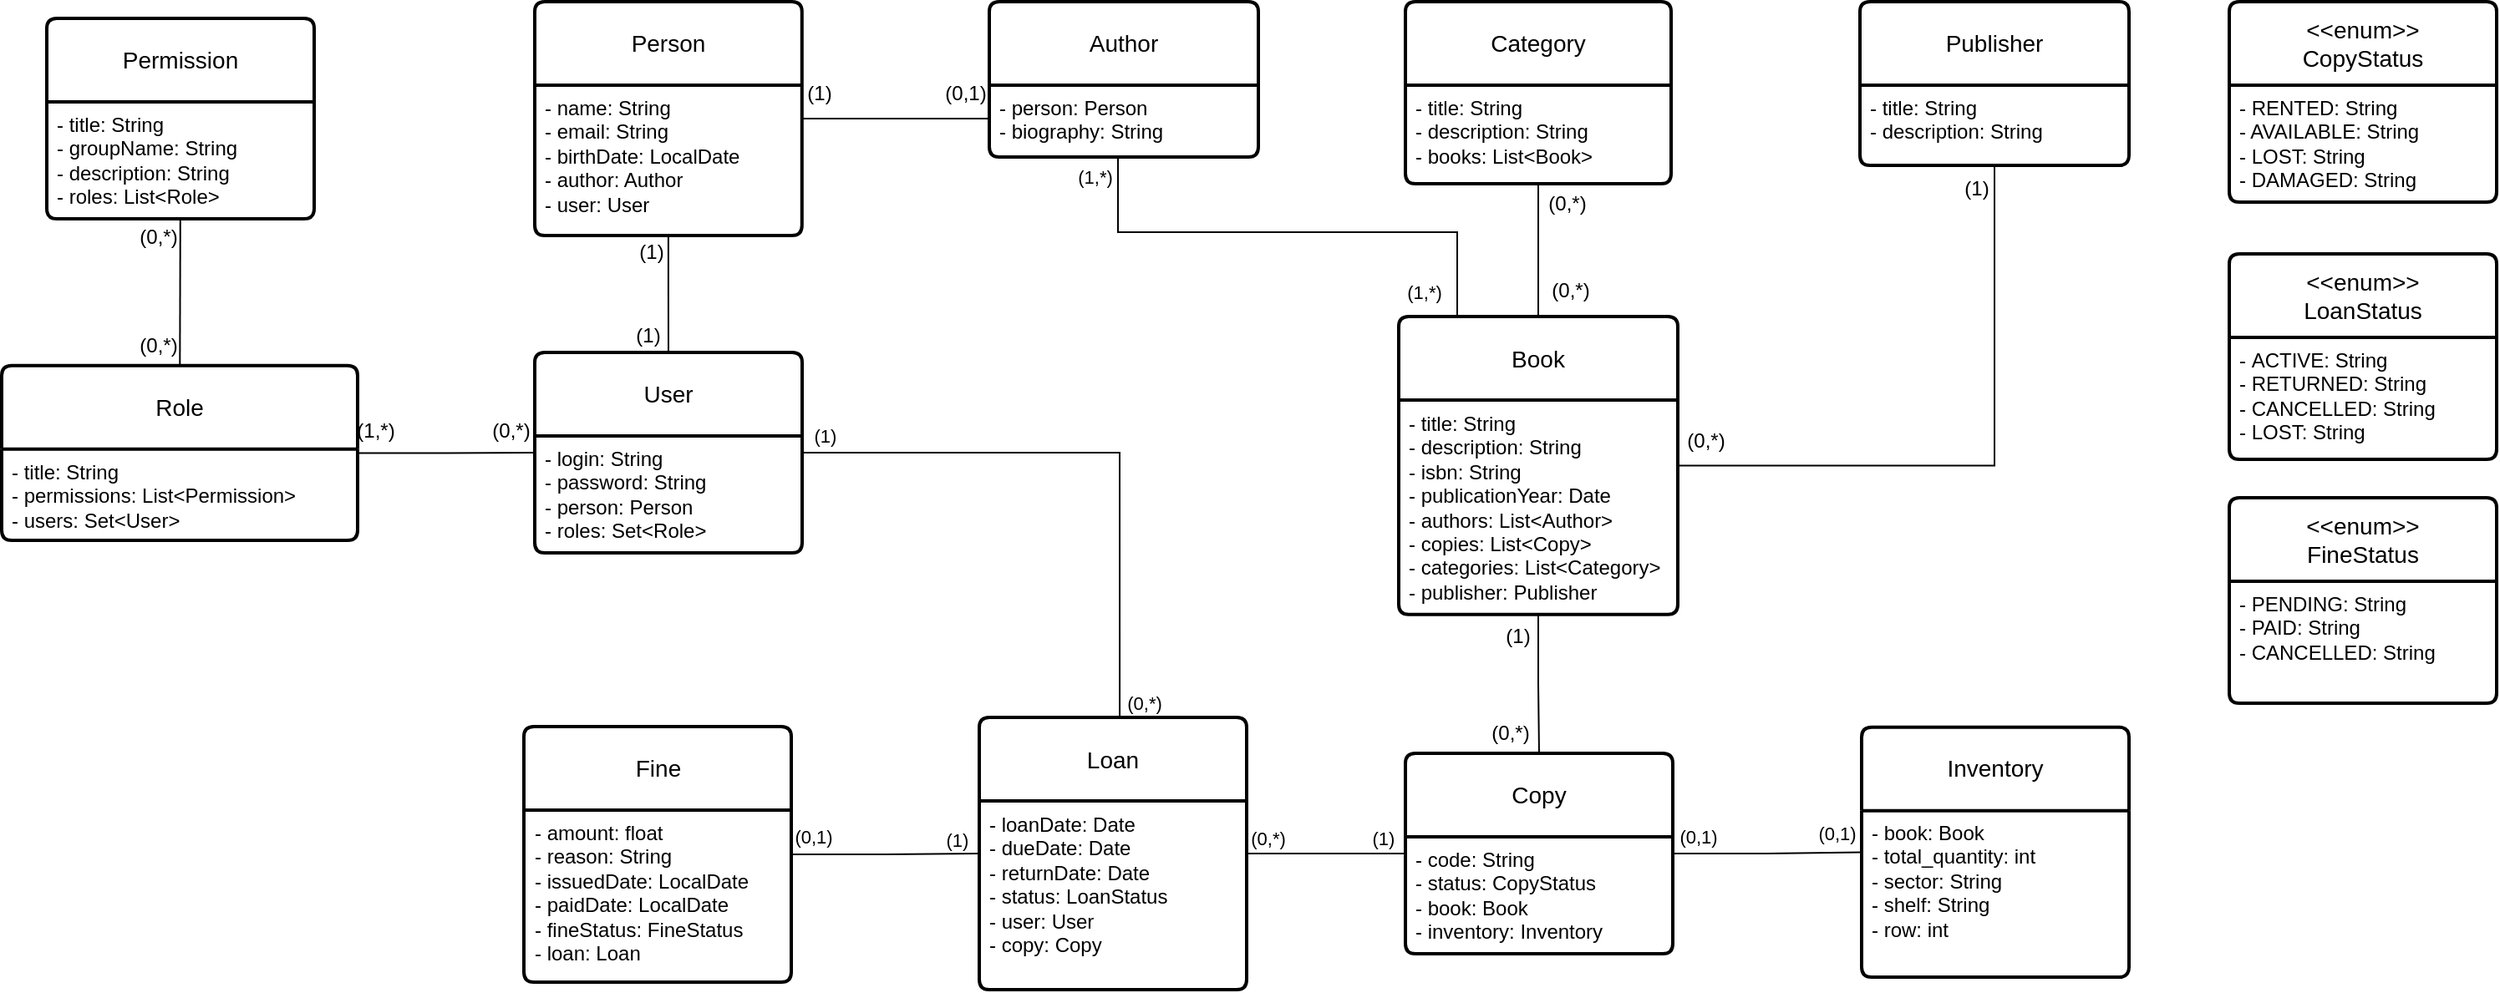
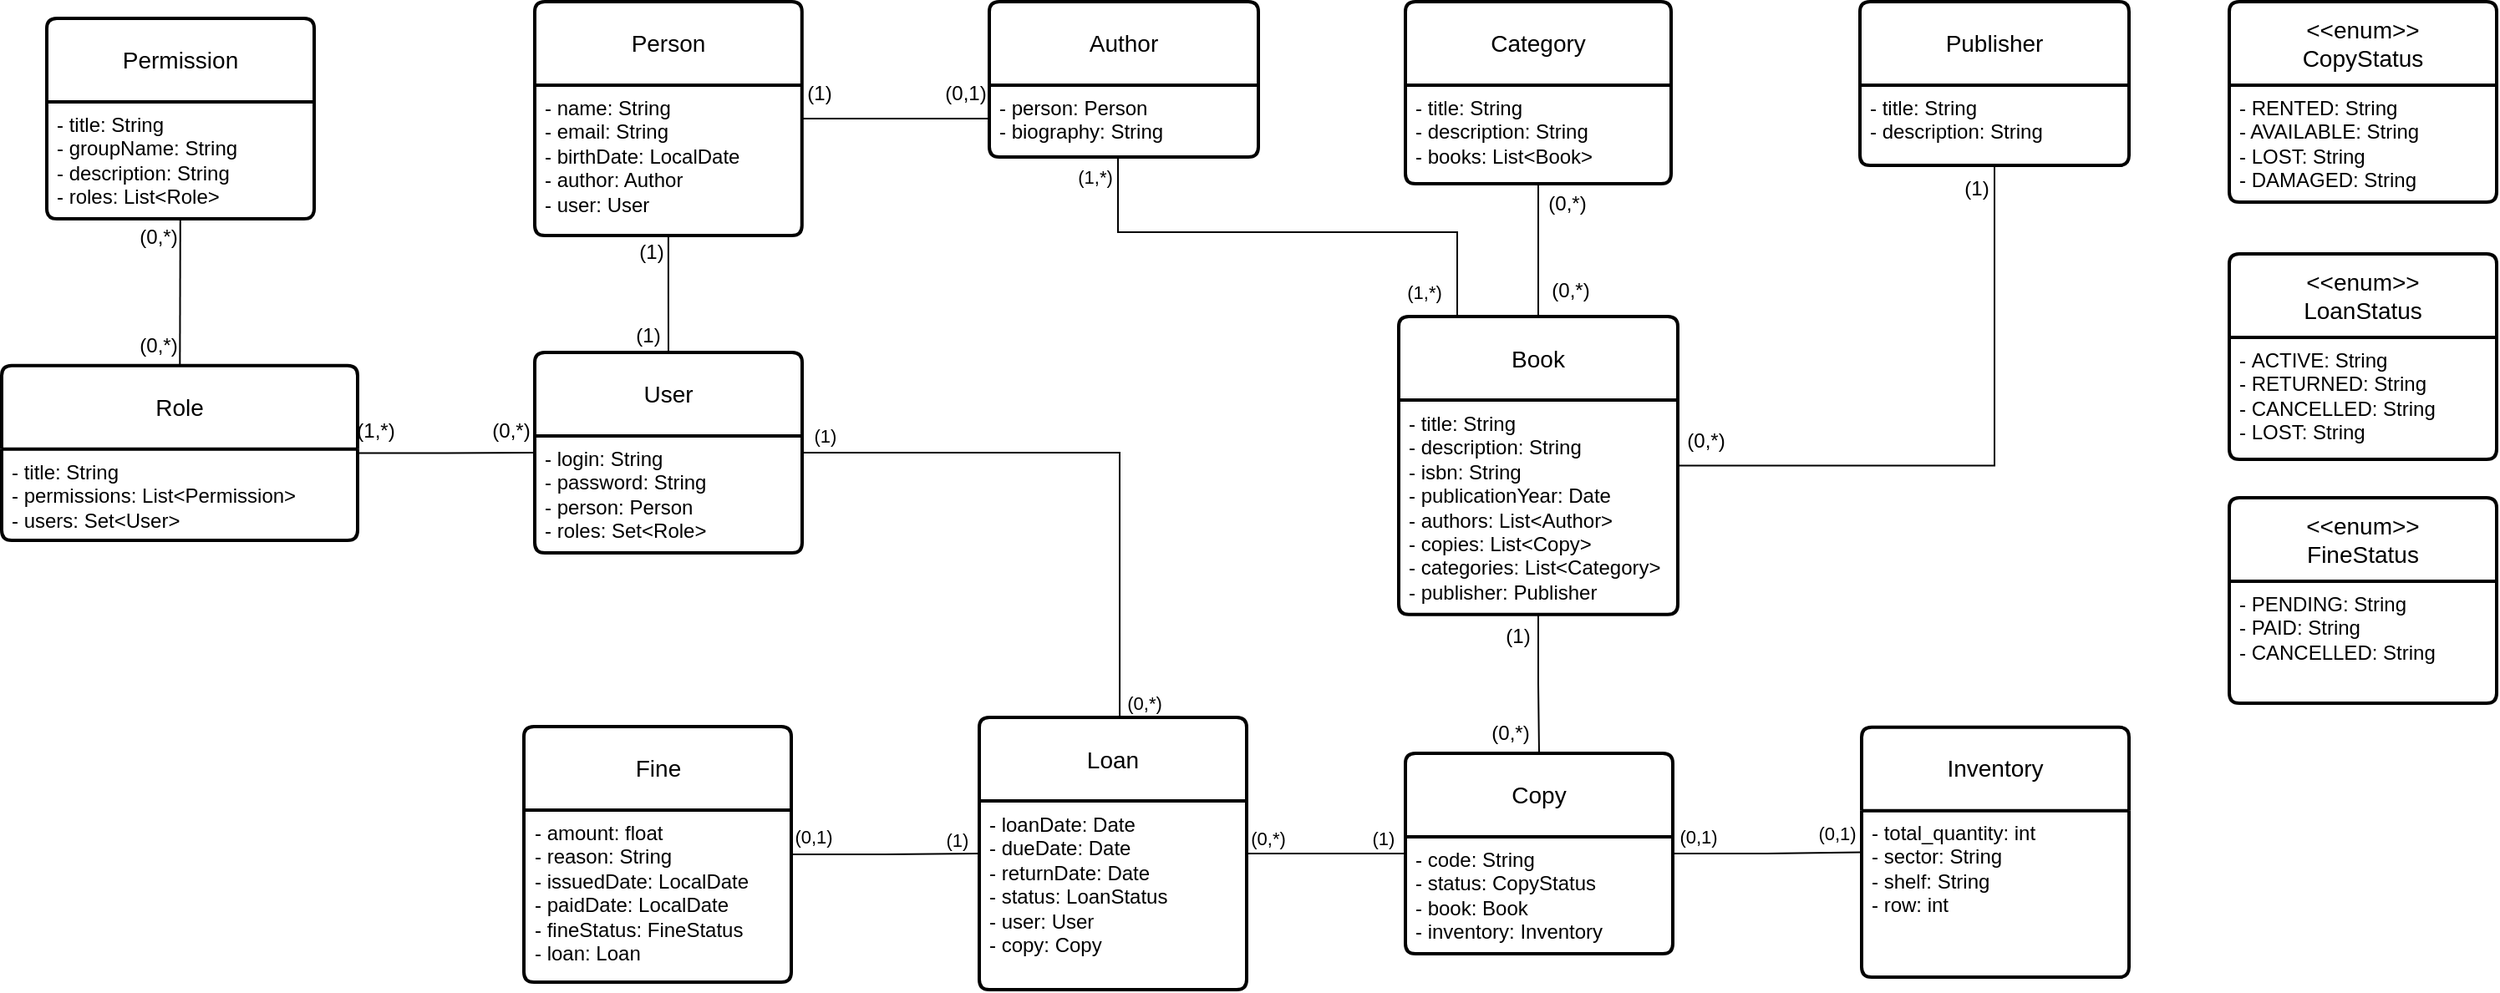
<mxfile host="Electron" agent="Mozilla/5.0 (X11; Linux x86_64) AppleWebKit/537.36 (KHTML, like Gecko) draw.io/28.2.5 Chrome/138.0.7204.251 Electron/37.6.1 Safari/537.36" version="28.2.5">
  <diagram name="Página-1" id="NeztETP3vbkpMINfoN8F">
-     <mxGraphModel dx="1678" dy="2161" grid="0" gridSize="10" guides="1" tooltips="1" connect="1" arrows="1" fold="1" page="1" pageScale="1" pageWidth="827" pageHeight="1169" math="0" shadow="0">
+     <mxGraphModel dx="815" dy="1635" grid="0" gridSize="10" guides="1" tooltips="1" connect="1" arrows="1" fold="1" page="1" pageScale="1" pageWidth="827" pageHeight="1169" math="0" shadow="0">
      <root>
        <mxCell id="0" />
        <mxCell id="1" parent="0" />
        <mxCell id="ihofgC1JYxLhZAGk6ZU8-6" style="edgeStyle=orthogonalEdgeStyle;rounded=0;orthogonalLoop=1;jettySize=auto;html=1;endArrow=none;endFill=0;strokeColor=default;startArrow=none;startFill=0;" parent="1" source="ihofgC1JYxLhZAGk6ZU8-1" target="ihofgC1JYxLhZAGk6ZU8-3" edge="1">
          <mxGeometry relative="1" as="geometry">
            <Array as="points">
              <mxPoint x="740" y="50" />
              <mxPoint x="740" y="50" />
            </Array>
            <mxPoint x="799.0000000000002" y="50.00000000000023" as="sourcePoint" />
          </mxGeometry>
        </mxCell>
        <mxCell id="ihofgC1JYxLhZAGk6ZU8-56" style="edgeStyle=orthogonalEdgeStyle;rounded=0;orthogonalLoop=1;jettySize=auto;html=1;endArrow=none;endFill=0;" parent="1" source="ihofgC1JYxLhZAGk6ZU8-2" target="ihofgC1JYxLhZAGk6ZU8-11" edge="1">
          <mxGeometry relative="1" as="geometry" />
        </mxCell>
        <mxCell id="ihofgC1JYxLhZAGk6ZU8-60" style="edgeStyle=orthogonalEdgeStyle;rounded=0;orthogonalLoop=1;jettySize=auto;html=1;endArrow=none;endFill=0;" parent="1" source="ihofgC1JYxLhZAGk6ZU8-4" target="ihofgC1JYxLhZAGk6ZU8-35" edge="1">
          <mxGeometry relative="1" as="geometry">
            <Array as="points">
              <mxPoint x="989" y="128" />
              <mxPoint x="1192" y="128" />
            </Array>
          </mxGeometry>
        </mxCell>
        <mxCell id="ihofgC1JYxLhZAGk6ZU8-68" style="edgeStyle=orthogonalEdgeStyle;shape=connector;rounded=0;orthogonalLoop=1;jettySize=auto;html=1;strokeColor=default;align=center;verticalAlign=middle;fontFamily=Helvetica;fontSize=11;fontColor=default;labelBackgroundColor=default;endArrow=none;endFill=0;" parent="1" source="ihofgC1JYxLhZAGk6ZU8-35" target="ihofgC1JYxLhZAGk6ZU8-39" edge="1">
          <mxGeometry relative="1" as="geometry" />
        </mxCell>
        <mxCell id="ihofgC1JYxLhZAGk6ZU8-70" value="" style="group" parent="1" connectable="0" vertex="1">
          <mxGeometry x="1126" y="-10" width="194" height="144" as="geometry" />
        </mxCell>
        <mxCell id="ihofgC1JYxLhZAGk6ZU8-50" value="" style="group" parent="ihofgC1JYxLhZAGk6ZU8-70" connectable="0" vertex="1">
          <mxGeometry width="194" height="120" as="geometry" />
        </mxCell>
        <mxCell id="ihofgC1JYxLhZAGk6ZU8-38" value="Category" style="swimlane;childLayout=stackLayout;horizontal=1;startSize=50;horizontalStack=0;rounded=1;fontSize=14;fontStyle=0;strokeWidth=2;resizeParent=0;resizeLast=1;shadow=0;dashed=0;align=center;arcSize=4;whiteSpace=wrap;html=1;" parent="ihofgC1JYxLhZAGk6ZU8-50" vertex="1">
          <mxGeometry x="35" width="159" height="109" as="geometry" />
        </mxCell>
        <mxCell id="ihofgC1JYxLhZAGk6ZU8-39" value="- title: String&lt;div&gt;- description: String&lt;br&gt;- books: List&amp;lt;Book&amp;gt;&lt;/div&gt;" style="align=left;strokeColor=none;fillColor=none;spacingLeft=4;spacingRight=4;fontSize=12;verticalAlign=top;resizable=0;rotatable=0;part=1;html=1;whiteSpace=wrap;" parent="ihofgC1JYxLhZAGk6ZU8-38" vertex="1">
          <mxGeometry y="50" width="159" height="59" as="geometry" />
        </mxCell>
        <mxCell id="ihofgC1JYxLhZAGk6ZU8-69" value="(0,*)" style="text;html=1;whiteSpace=wrap;strokeColor=none;fillColor=none;align=center;verticalAlign=middle;rounded=0;" parent="ihofgC1JYxLhZAGk6ZU8-50" vertex="1">
          <mxGeometry x="115" y="109" width="34" height="24" as="geometry" />
        </mxCell>
        <mxCell id="ihofgC1JYxLhZAGk6ZU8-71" value="" style="group" parent="1" connectable="0" vertex="1">
          <mxGeometry x="883" y="-10" width="190" height="143" as="geometry" />
        </mxCell>
        <mxCell id="ihofgC1JYxLhZAGk6ZU8-55" value="" style="group" parent="ihofgC1JYxLhZAGk6ZU8-71" connectable="0" vertex="1">
          <mxGeometry width="190" height="120" as="geometry" />
        </mxCell>
        <mxCell id="ihofgC1JYxLhZAGk6ZU8-3" value="Author" style="swimlane;childLayout=stackLayout;horizontal=1;startSize=50;horizontalStack=0;rounded=1;fontSize=14;fontStyle=0;strokeWidth=2;resizeParent=0;resizeLast=1;shadow=0;dashed=0;align=center;arcSize=4;whiteSpace=wrap;html=1;" parent="ihofgC1JYxLhZAGk6ZU8-55" vertex="1">
          <mxGeometry x="29" width="161" height="93" as="geometry" />
        </mxCell>
        <mxCell id="ihofgC1JYxLhZAGk6ZU8-4" value="- person: Person&lt;div&gt;- biography: String&lt;/div&gt;" style="align=left;strokeColor=none;fillColor=none;spacingLeft=4;spacingRight=4;fontSize=12;verticalAlign=top;resizable=0;rotatable=0;part=1;html=1;whiteSpace=wrap;" parent="ihofgC1JYxLhZAGk6ZU8-3" vertex="1">
          <mxGeometry y="50" width="161" height="43" as="geometry" />
        </mxCell>
        <mxCell id="ihofgC1JYxLhZAGk6ZU8-23" value="(0,1)" style="text;html=1;whiteSpace=wrap;strokeColor=none;fillColor=none;align=center;verticalAlign=middle;rounded=0;" parent="ihofgC1JYxLhZAGk6ZU8-55" vertex="1">
          <mxGeometry y="45" width="30" height="20" as="geometry" />
        </mxCell>
        <mxCell id="ihofgC1JYxLhZAGk6ZU8-63" value="(1,*)" style="text;html=1;whiteSpace=wrap;strokeColor=none;fillColor=none;align=center;verticalAlign=middle;rounded=0;fontFamily=Helvetica;fontSize=11;fontColor=default;labelBackgroundColor=default;" parent="ihofgC1JYxLhZAGk6ZU8-55" vertex="1">
          <mxGeometry x="77" y="93" width="31" height="23" as="geometry" />
        </mxCell>
        <mxCell id="ihofgC1JYxLhZAGk6ZU8-73" value="" style="group" parent="1" connectable="0" vertex="1">
          <mxGeometry x="640" y="-10" width="180" height="147" as="geometry" />
        </mxCell>
        <mxCell id="ihofgC1JYxLhZAGk6ZU8-72" value="" style="group" parent="ihofgC1JYxLhZAGk6ZU8-73" connectable="0" vertex="1">
          <mxGeometry x="-1" width="181" height="140" as="geometry" />
        </mxCell>
        <mxCell id="ihofgC1JYxLhZAGk6ZU8-1" value="Person" style="swimlane;childLayout=stackLayout;horizontal=1;startSize=50;horizontalStack=0;rounded=1;fontSize=14;fontStyle=0;strokeWidth=2;resizeParent=0;resizeLast=1;shadow=0;dashed=0;align=center;arcSize=4;whiteSpace=wrap;html=1;" parent="ihofgC1JYxLhZAGk6ZU8-72" vertex="1">
          <mxGeometry x="1" width="159.89" height="140" as="geometry" />
        </mxCell>
        <mxCell id="ihofgC1JYxLhZAGk6ZU8-2" value="- name: String&lt;br&gt;- email: String&lt;div&gt;- birthDate: LocalDate&lt;/div&gt;&lt;div&gt;- author: Author&lt;/div&gt;&lt;div&gt;- user: User&lt;/div&gt;" style="align=left;strokeColor=none;fillColor=none;spacingLeft=4;spacingRight=4;fontSize=12;verticalAlign=top;resizable=0;rotatable=0;part=1;html=1;whiteSpace=wrap;" parent="ihofgC1JYxLhZAGk6ZU8-1" vertex="1">
          <mxGeometry y="50" width="159.89" height="90" as="geometry" />
        </mxCell>
        <mxCell id="ihofgC1JYxLhZAGk6ZU8-22" value="(1)" style="text;html=1;whiteSpace=wrap;strokeColor=none;fillColor=none;align=center;verticalAlign=middle;rounded=0;" parent="ihofgC1JYxLhZAGk6ZU8-72" vertex="1">
          <mxGeometry x="161.89444444444445" y="45.00024464831803" width="19.105555555555554" height="19.480122324159016" as="geometry" />
        </mxCell>
        <mxCell id="ihofgC1JYxLhZAGk6ZU8-76" style="edgeStyle=orthogonalEdgeStyle;shape=connector;rounded=0;orthogonalLoop=1;jettySize=auto;html=1;strokeColor=default;align=center;verticalAlign=middle;fontFamily=Helvetica;fontSize=11;fontColor=default;labelBackgroundColor=default;endArrow=none;endFill=0;" parent="1" source="ihofgC1JYxLhZAGk6ZU8-35" target="ihofgC1JYxLhZAGk6ZU8-65" edge="1">
          <mxGeometry relative="1" as="geometry" />
        </mxCell>
        <mxCell id="ihofgC1JYxLhZAGk6ZU8-78" value="" style="group" parent="1" connectable="0" vertex="1">
          <mxGeometry x="1433" y="-10" width="161" height="101" as="geometry" />
        </mxCell>
        <mxCell id="ihofgC1JYxLhZAGk6ZU8-65" value="Publisher" style="swimlane;childLayout=stackLayout;horizontal=1;startSize=50;horizontalStack=0;rounded=1;fontSize=14;fontStyle=0;strokeWidth=2;resizeParent=0;resizeLast=1;shadow=0;dashed=0;align=center;arcSize=4;whiteSpace=wrap;html=1;fontFamily=Helvetica;fontColor=default;labelBackgroundColor=default;" parent="ihofgC1JYxLhZAGk6ZU8-78" vertex="1">
          <mxGeometry width="161" height="98" as="geometry" />
        </mxCell>
        <mxCell id="ihofgC1JYxLhZAGk6ZU8-66" value="- title: String&lt;div&gt;- description: String&lt;/div&gt;" style="align=left;strokeColor=none;fillColor=none;spacingLeft=4;spacingRight=4;fontSize=12;verticalAlign=top;resizable=0;rotatable=0;part=1;html=1;whiteSpace=wrap;fontFamily=Helvetica;fontColor=default;labelBackgroundColor=default;" parent="ihofgC1JYxLhZAGk6ZU8-65" vertex="1">
          <mxGeometry y="50" width="161" height="48" as="geometry" />
        </mxCell>
        <mxCell id="ihofgC1JYxLhZAGk6ZU8-83" style="edgeStyle=orthogonalEdgeStyle;shape=connector;rounded=0;orthogonalLoop=1;jettySize=auto;html=1;strokeColor=default;align=center;verticalAlign=middle;fontFamily=Helvetica;fontSize=11;fontColor=default;labelBackgroundColor=default;endArrow=none;endFill=0;" parent="1" source="ihofgC1JYxLhZAGk6ZU8-36" target="ihofgC1JYxLhZAGk6ZU8-80" edge="1">
          <mxGeometry relative="1" as="geometry" />
        </mxCell>
        <mxCell id="ihofgC1JYxLhZAGk6ZU8-84" value="" style="group" parent="1" connectable="0" vertex="1">
          <mxGeometry x="1157" y="149" width="201" height="209" as="geometry" />
        </mxCell>
        <mxCell id="ihofgC1JYxLhZAGk6ZU8-67" value="" style="group" parent="ihofgC1JYxLhZAGk6ZU8-84" connectable="0" vertex="1">
          <mxGeometry width="201" height="207.89999999999998" as="geometry" />
        </mxCell>
        <mxCell id="ihofgC1JYxLhZAGk6ZU8-51" value="" style="group" parent="ihofgC1JYxLhZAGk6ZU8-67" connectable="0" vertex="1">
          <mxGeometry y="29.516666666666662" width="201" height="178.38333333333333" as="geometry" />
        </mxCell>
        <mxCell id="ihofgC1JYxLhZAGk6ZU8-79" value="(0,*)" style="text;html=1;whiteSpace=wrap;strokeColor=none;fillColor=none;align=center;verticalAlign=middle;rounded=0;" parent="ihofgC1JYxLhZAGk6ZU8-51" vertex="1">
          <mxGeometry x="167" y="59.033333333333324" width="34" height="30.8" as="geometry" />
        </mxCell>
        <mxCell id="ihofgC1JYxLhZAGk6ZU8-115" value="" style="group" parent="ihofgC1JYxLhZAGk6ZU8-51" connectable="0" vertex="1">
          <mxGeometry width="196" height="178.38333333333333" as="geometry" />
        </mxCell>
        <mxCell id="ihofgC1JYxLhZAGk6ZU8-35" value="Book" style="swimlane;childLayout=stackLayout;horizontal=1;startSize=50;horizontalStack=0;rounded=1;fontSize=14;fontStyle=0;strokeWidth=2;resizeParent=0;resizeLast=1;shadow=0;dashed=0;align=center;arcSize=4;whiteSpace=wrap;html=1;" parent="ihofgC1JYxLhZAGk6ZU8-115" vertex="1">
          <mxGeometry width="167" height="178.38333333333333" as="geometry" />
        </mxCell>
        <mxCell id="ihofgC1JYxLhZAGk6ZU8-36" value="- title: String&lt;div&gt;- description: String&lt;/div&gt;&lt;div&gt;- isbn: String&lt;br&gt;&lt;div&gt;- publicationYear: Date&lt;/div&gt;&lt;div&gt;- authors: List&amp;lt;Author&amp;gt;&lt;/div&gt;&lt;/div&gt;&lt;div&gt;- copies: List&amp;lt;Copy&amp;gt;&lt;/div&gt;&lt;div&gt;- categories: List&amp;lt;Category&amp;gt;&lt;/div&gt;&lt;div&gt;- publisher: Publisher&lt;/div&gt;" style="align=left;strokeColor=none;fillColor=none;spacingLeft=4;spacingRight=4;fontSize=12;verticalAlign=top;resizable=0;rotatable=0;part=1;html=1;whiteSpace=wrap;" parent="ihofgC1JYxLhZAGk6ZU8-35" vertex="1">
          <mxGeometry y="50" width="167" height="128.38333333333333" as="geometry" />
        </mxCell>
        <mxCell id="ihofgC1JYxLhZAGk6ZU8-64" value="(1,*)" style="text;html=1;whiteSpace=wrap;strokeColor=none;fillColor=none;align=center;verticalAlign=middle;rounded=0;fontFamily=Helvetica;fontSize=11;fontColor=default;labelBackgroundColor=default;" parent="ihofgC1JYxLhZAGk6ZU8-67" vertex="1">
          <mxGeometry width="31" height="29.516666666666662" as="geometry" />
        </mxCell>
        <mxCell id="ihofgC1JYxLhZAGk6ZU8-42" value="(0,*)" style="text;html=1;whiteSpace=wrap;strokeColor=none;fillColor=none;align=center;verticalAlign=middle;rounded=0;" parent="ihofgC1JYxLhZAGk6ZU8-67" vertex="1">
          <mxGeometry x="86" y="-1.2833333333333334" width="34" height="30.8" as="geometry" />
        </mxCell>
        <mxCell id="ihofgC1JYxLhZAGk6ZU8-87" value="&lt;div&gt;&amp;lt;&amp;lt;enum&amp;gt;&amp;gt;&lt;/div&gt;CopyStatus" style="swimlane;childLayout=stackLayout;horizontal=1;startSize=50;horizontalStack=0;rounded=1;fontSize=14;fontStyle=0;strokeWidth=2;resizeParent=0;resizeLast=1;shadow=0;dashed=0;align=center;arcSize=4;whiteSpace=wrap;html=1;fontFamily=Helvetica;fontColor=default;labelBackgroundColor=default;" parent="1" vertex="1">
          <mxGeometry x="1654" y="-10" width="160" height="120" as="geometry" />
        </mxCell>
        <mxCell id="ihofgC1JYxLhZAGk6ZU8-88" value="&lt;span&gt;-&amp;nbsp;RENTED: String&lt;/span&gt;&lt;div&gt;&lt;span&gt;- AVAILABLE: String&lt;/span&gt;&lt;/div&gt;&lt;div&gt;&lt;span&gt;- LOST: String&lt;/span&gt;&lt;/div&gt;&lt;div&gt;&lt;span&gt;- DAMAGED: String&lt;/span&gt;&lt;br&gt;&lt;/div&gt;" style="align=left;strokeColor=none;fillColor=none;spacingLeft=4;spacingRight=4;fontSize=12;verticalAlign=top;resizable=0;rotatable=0;part=1;html=1;whiteSpace=wrap;fontFamily=Helvetica;fontColor=default;labelBackgroundColor=default;" parent="ihofgC1JYxLhZAGk6ZU8-87" vertex="1">
          <mxGeometry y="50" width="160" height="70" as="geometry" />
        </mxCell>
        <mxCell id="ihofgC1JYxLhZAGk6ZU8-93" style="edgeStyle=orthogonalEdgeStyle;shape=connector;rounded=0;orthogonalLoop=1;jettySize=auto;html=1;strokeColor=default;align=center;verticalAlign=middle;fontFamily=Helvetica;fontSize=11;fontColor=default;labelBackgroundColor=default;endArrow=none;endFill=0;" parent="1" source="ihofgC1JYxLhZAGk6ZU8-91" target="ihofgC1JYxLhZAGk6ZU8-11" edge="1">
          <mxGeometry relative="1" as="geometry" />
        </mxCell>
        <mxCell id="ihofgC1JYxLhZAGk6ZU8-100" style="shape=connector;rounded=0;orthogonalLoop=1;jettySize=auto;html=1;strokeColor=default;align=center;verticalAlign=middle;fontFamily=Helvetica;fontSize=11;fontColor=default;labelBackgroundColor=default;endArrow=none;endFill=0;" parent="1" source="ihofgC1JYxLhZAGk6ZU8-91" target="ihofgC1JYxLhZAGk6ZU8-99" edge="1">
          <mxGeometry relative="1" as="geometry" />
        </mxCell>
        <mxCell id="ihofgC1JYxLhZAGk6ZU8-102" value="" style="group" parent="1" connectable="0" vertex="1">
          <mxGeometry x="348" width="160" height="141" as="geometry" />
        </mxCell>
        <mxCell id="ihofgC1JYxLhZAGk6ZU8-98" value="Permission" style="swimlane;childLayout=stackLayout;horizontal=1;startSize=50;horizontalStack=0;rounded=1;fontSize=14;fontStyle=0;strokeWidth=2;resizeParent=0;resizeLast=1;shadow=0;dashed=0;align=center;arcSize=4;whiteSpace=wrap;html=1;fontFamily=Helvetica;fontColor=default;labelBackgroundColor=default;" parent="ihofgC1JYxLhZAGk6ZU8-102" vertex="1">
          <mxGeometry width="160" height="120" as="geometry" />
        </mxCell>
        <mxCell id="ihofgC1JYxLhZAGk6ZU8-99" value="- title: String&lt;div&gt;- groupName: String&lt;/div&gt;&lt;div&gt;- description: String&lt;/div&gt;&lt;div&gt;- roles: List&amp;lt;Role&amp;gt;&lt;/div&gt;" style="align=left;strokeColor=none;fillColor=none;spacingLeft=4;spacingRight=4;fontSize=12;verticalAlign=top;resizable=0;rotatable=0;part=1;html=1;whiteSpace=wrap;fontFamily=Helvetica;fontColor=default;labelBackgroundColor=default;" parent="ihofgC1JYxLhZAGk6ZU8-98" vertex="1">
          <mxGeometry y="50" width="160" height="70" as="geometry" />
        </mxCell>
        <mxCell id="ihofgC1JYxLhZAGk6ZU8-101" value="(0,*)" style="text;html=1;whiteSpace=wrap;strokeColor=none;fillColor=none;align=center;verticalAlign=middle;rounded=0;" parent="ihofgC1JYxLhZAGk6ZU8-102" vertex="1">
          <mxGeometry x="56" y="120" width="22" height="21" as="geometry" />
        </mxCell>
        <mxCell id="ihofgC1JYxLhZAGk6ZU8-104" value="" style="group" parent="1" connectable="0" vertex="1">
          <mxGeometry x="321" y="184.5" width="235" height="128" as="geometry" />
        </mxCell>
        <mxCell id="ihofgC1JYxLhZAGk6ZU8-96" value="" style="group" parent="ihofgC1JYxLhZAGk6ZU8-104" connectable="0" vertex="1">
          <mxGeometry y="23.37391304347826" width="235" height="104.62608695652175" as="geometry" />
        </mxCell>
        <mxCell id="ihofgC1JYxLhZAGk6ZU8-91" value="Role" style="swimlane;childLayout=stackLayout;horizontal=1;startSize=50;horizontalStack=0;rounded=1;fontSize=14;fontStyle=0;strokeWidth=2;resizeParent=0;resizeLast=1;shadow=0;dashed=0;align=center;arcSize=4;whiteSpace=wrap;html=1;fontFamily=Helvetica;fontColor=default;labelBackgroundColor=default;" parent="ihofgC1JYxLhZAGk6ZU8-96" vertex="1">
          <mxGeometry width="213" height="104.62608695652175" as="geometry" />
        </mxCell>
        <mxCell id="ihofgC1JYxLhZAGk6ZU8-92" value="- title: String&lt;br&gt;&lt;div&gt;- permissions: List&amp;lt;Permission&amp;gt;&lt;/div&gt;&lt;div&gt;- users: Set&amp;lt;User&amp;gt;&lt;/div&gt;" style="align=left;strokeColor=none;fillColor=none;spacingLeft=4;spacingRight=4;fontSize=12;verticalAlign=top;resizable=0;rotatable=0;part=1;html=1;whiteSpace=wrap;fontFamily=Helvetica;fontColor=default;labelBackgroundColor=default;" parent="ihofgC1JYxLhZAGk6ZU8-91" vertex="1">
          <mxGeometry y="50" width="213" height="54.626086956521746" as="geometry" />
        </mxCell>
        <mxCell id="ihofgC1JYxLhZAGk6ZU8-94" value="(1,*)" style="text;html=1;whiteSpace=wrap;strokeColor=none;fillColor=none;align=center;verticalAlign=middle;rounded=0;" parent="ihofgC1JYxLhZAGk6ZU8-96" vertex="1">
          <mxGeometry x="213" y="27.82608695652174" width="22" height="23.37391304347826" as="geometry" />
        </mxCell>
        <mxCell id="ihofgC1JYxLhZAGk6ZU8-103" value="(0,*)" style="text;html=1;whiteSpace=wrap;strokeColor=none;fillColor=none;align=center;verticalAlign=middle;rounded=0;" parent="ihofgC1JYxLhZAGk6ZU8-104" vertex="1">
          <mxGeometry x="83" width="22" height="23.37391304347826" as="geometry" />
        </mxCell>
        <mxCell id="ihofgC1JYxLhZAGk6ZU8-107" style="edgeStyle=orthogonalEdgeStyle;shape=connector;rounded=0;orthogonalLoop=1;jettySize=auto;html=1;strokeColor=default;align=center;verticalAlign=middle;fontFamily=Helvetica;fontSize=11;fontColor=default;labelBackgroundColor=default;endArrow=none;endFill=0;" parent="1" source="ihofgC1JYxLhZAGk6ZU8-80" target="ihofgC1JYxLhZAGk6ZU8-105" edge="1">
          <mxGeometry relative="1" as="geometry" />
        </mxCell>
        <mxCell id="ihofgC1JYxLhZAGk6ZU8-117" value="" style="group" parent="1" connectable="0" vertex="1">
          <mxGeometry x="1405" y="402" width="189" height="172" as="geometry" />
        </mxCell>
        <mxCell id="ihofgC1JYxLhZAGk6ZU8-113" value="" style="group" parent="ihofgC1JYxLhZAGk6ZU8-117" connectable="0" vertex="1">
          <mxGeometry y="22.434782608695652" width="189" height="149.56521739130434" as="geometry" />
        </mxCell>
        <mxCell id="ihofgC1JYxLhZAGk6ZU8-105" value="Inventory" style="swimlane;childLayout=stackLayout;horizontal=1;startSize=50;horizontalStack=0;rounded=1;fontSize=14;fontStyle=0;strokeWidth=2;resizeParent=0;resizeLast=1;shadow=0;dashed=0;align=center;arcSize=4;whiteSpace=wrap;html=1;fontFamily=Helvetica;fontColor=default;labelBackgroundColor=default;" parent="ihofgC1JYxLhZAGk6ZU8-113" vertex="1">
          <mxGeometry x="29" width="160" height="149.56521739130434" as="geometry" />
        </mxCell>
-         <mxCell id="ihofgC1JYxLhZAGk6ZU8-106" value="&lt;div&gt;- book: Book&lt;/div&gt;&lt;div&gt;- total_quantity: int&lt;/div&gt;&lt;div&gt;-&amp;nbsp;&lt;span style=&quot;background-color: light-dark(#ffffff, var(--ge-dark-color, #121212)); color: light-dark(rgb(0, 0, 0), rgb(255, 255, 255));&quot;&gt;sector: String&lt;/span&gt;&lt;/div&gt;- shelf: String&lt;br&gt;- row: int" style="align=left;strokeColor=none;fillColor=none;spacingLeft=4;spacingRight=4;fontSize=12;verticalAlign=top;resizable=0;rotatable=0;part=1;html=1;whiteSpace=wrap;fontFamily=Helvetica;fontColor=default;labelBackgroundColor=default;" parent="ihofgC1JYxLhZAGk6ZU8-105" vertex="1">
+         <mxCell id="ihofgC1JYxLhZAGk6ZU8-106" value="&lt;div&gt;&lt;span style=&quot;background-color: light-dark(#ffffff, var(--ge-dark-color, #121212)); color: light-dark(rgb(0, 0, 0), rgb(255, 255, 255));&quot;&gt;- total_quantity: int&lt;/span&gt;&lt;/div&gt;&lt;div&gt;-&amp;nbsp;&lt;span style=&quot;background-color: light-dark(#ffffff, var(--ge-dark-color, #121212)); color: light-dark(rgb(0, 0, 0), rgb(255, 255, 255));&quot;&gt;sector: String&lt;/span&gt;&lt;/div&gt;- shelf: String&lt;br&gt;- row: int" style="align=left;strokeColor=none;fillColor=none;spacingLeft=4;spacingRight=4;fontSize=12;verticalAlign=top;resizable=0;rotatable=0;part=1;html=1;whiteSpace=wrap;fontFamily=Helvetica;fontColor=default;labelBackgroundColor=default;" parent="ihofgC1JYxLhZAGk6ZU8-105" vertex="1">
          <mxGeometry y="50" width="160" height="99.56521739130434" as="geometry" />
        </mxCell>
        <mxCell id="ihofgC1JYxLhZAGk6ZU8-111" value="&lt;span&gt;(0,1)&lt;/span&gt;" style="text;html=1;whiteSpace=wrap;strokeColor=none;fillColor=none;align=center;verticalAlign=middle;rounded=0;fontFamily=Helvetica;fontSize=11;fontColor=default;labelBackgroundColor=default;" parent="ihofgC1JYxLhZAGk6ZU8-113" vertex="1">
          <mxGeometry y="53.594202898550726" width="29" height="19.942028985507246" as="geometry" />
        </mxCell>
        <mxCell id="ihofgC1JYxLhZAGk6ZU8-82" value="(1)" style="text;html=1;whiteSpace=wrap;strokeColor=none;fillColor=none;align=center;verticalAlign=middle;rounded=0;" parent="1" vertex="1">
          <mxGeometry x="1216" y="361" width="25" height="18" as="geometry" />
        </mxCell>
        <mxCell id="ihofgC1JYxLhZAGk6ZU8-121" style="edgeStyle=orthogonalEdgeStyle;shape=connector;rounded=0;orthogonalLoop=1;jettySize=auto;html=1;strokeColor=default;align=center;verticalAlign=middle;fontFamily=Helvetica;fontSize=11;fontColor=default;labelBackgroundColor=default;endArrow=none;endFill=0;" parent="1" source="ihofgC1JYxLhZAGk6ZU8-119" target="ihofgC1JYxLhZAGk6ZU8-80" edge="1">
          <mxGeometry relative="1" as="geometry" />
        </mxCell>
        <mxCell id="ihofgC1JYxLhZAGk6ZU8-124" value="" style="group" parent="1" connectable="0" vertex="1">
          <mxGeometry x="1135" y="416" width="217" height="144" as="geometry" />
        </mxCell>
        <mxCell id="ihofgC1JYxLhZAGk6ZU8-110" value="" style="group" parent="ihofgC1JYxLhZAGk6ZU8-124" connectable="0" vertex="1">
          <mxGeometry x="26" width="191" height="144" as="geometry" />
        </mxCell>
        <mxCell id="ihofgC1JYxLhZAGk6ZU8-86" value="" style="group" parent="ihofgC1JYxLhZAGk6ZU8-110" connectable="0" vertex="1">
          <mxGeometry width="160" height="144" as="geometry" />
        </mxCell>
        <mxCell id="ihofgC1JYxLhZAGk6ZU8-80" value="Copy" style="swimlane;childLayout=stackLayout;horizontal=1;startSize=50;horizontalStack=0;rounded=1;fontSize=14;fontStyle=0;strokeWidth=2;resizeParent=0;resizeLast=1;shadow=0;dashed=0;align=center;arcSize=4;whiteSpace=wrap;html=1;fontFamily=Helvetica;fontColor=default;labelBackgroundColor=default;" parent="ihofgC1JYxLhZAGk6ZU8-86" vertex="1">
          <mxGeometry y="24" width="160" height="120" as="geometry" />
        </mxCell>
        <mxCell id="ihofgC1JYxLhZAGk6ZU8-81" value="- code: String&lt;br&gt;- status: CopyStatus&lt;div&gt;- book: Book&lt;br&gt;&lt;div&gt;- inventory: Inventory&lt;/div&gt;&lt;/div&gt;" style="align=left;strokeColor=none;fillColor=none;spacingLeft=4;spacingRight=4;fontSize=12;verticalAlign=top;resizable=0;rotatable=0;part=1;html=1;whiteSpace=wrap;fontFamily=Helvetica;fontColor=default;labelBackgroundColor=default;" parent="ihofgC1JYxLhZAGk6ZU8-80" vertex="1">
          <mxGeometry y="50" width="160" height="70" as="geometry" />
        </mxCell>
        <mxCell id="ihofgC1JYxLhZAGk6ZU8-85" value="(0,*)" style="text;html=1;whiteSpace=wrap;strokeColor=none;fillColor=none;align=center;verticalAlign=middle;rounded=0;" parent="ihofgC1JYxLhZAGk6ZU8-86" vertex="1">
          <mxGeometry x="46" width="34" height="24" as="geometry" />
        </mxCell>
        <mxCell id="ihofgC1JYxLhZAGk6ZU8-109" value="&lt;span&gt;(0,1)&lt;/span&gt;" style="text;html=1;whiteSpace=wrap;strokeColor=none;fillColor=none;align=center;verticalAlign=middle;rounded=0;fontFamily=Helvetica;fontSize=11;fontColor=default;labelBackgroundColor=default;" parent="ihofgC1JYxLhZAGk6ZU8-110" vertex="1">
          <mxGeometry x="160" y="63" width="31" height="21" as="geometry" />
        </mxCell>
        <mxCell id="ihofgC1JYxLhZAGk6ZU8-122" value="(1)" style="text;html=1;whiteSpace=wrap;strokeColor=none;fillColor=none;align=center;verticalAlign=middle;rounded=0;fontFamily=Helvetica;fontSize=11;fontColor=default;labelBackgroundColor=default;" parent="ihofgC1JYxLhZAGk6ZU8-124" vertex="1">
          <mxGeometry y="66" width="26" height="17" as="geometry" />
        </mxCell>
        <mxCell id="ihofgC1JYxLhZAGk6ZU8-126" value="&lt;div&gt;&amp;lt;&amp;lt;enum&amp;gt;&amp;gt;&lt;/div&gt;LoanStatus" style="swimlane;childLayout=stackLayout;horizontal=1;startSize=50;horizontalStack=0;rounded=1;fontSize=14;fontStyle=0;strokeWidth=2;resizeParent=0;resizeLast=1;shadow=0;dashed=0;align=center;arcSize=4;whiteSpace=wrap;html=1;fontFamily=Helvetica;fontColor=default;labelBackgroundColor=default;" parent="1" vertex="1">
          <mxGeometry x="1654" y="141" width="160" height="123" as="geometry" />
        </mxCell>
        <mxCell id="ihofgC1JYxLhZAGk6ZU8-127" value="&lt;span&gt;-&amp;nbsp;ACTIVE: String&lt;/span&gt;&lt;div&gt;&lt;span&gt;- RETURNED: String&lt;/span&gt;&lt;/div&gt;&lt;div&gt;&lt;span&gt;- CANCELLED: String&lt;/span&gt;&lt;/div&gt;&lt;div&gt;&lt;span&gt;- LOST: String&lt;/span&gt;&lt;/div&gt;" style="align=left;strokeColor=none;fillColor=none;spacingLeft=4;spacingRight=4;fontSize=12;verticalAlign=top;resizable=0;rotatable=0;part=1;html=1;whiteSpace=wrap;fontFamily=Helvetica;fontColor=default;labelBackgroundColor=default;" parent="ihofgC1JYxLhZAGk6ZU8-126" vertex="1">
          <mxGeometry y="50" width="160" height="73" as="geometry" />
        </mxCell>
        <mxCell id="ihofgC1JYxLhZAGk6ZU8-140" style="edgeStyle=orthogonalEdgeStyle;shape=connector;rounded=0;orthogonalLoop=1;jettySize=auto;html=1;strokeColor=default;align=center;verticalAlign=middle;fontFamily=Helvetica;fontSize=11;fontColor=default;labelBackgroundColor=default;endArrow=none;endFill=0;" parent="1" source="ihofgC1JYxLhZAGk6ZU8-130" target="ihofgC1JYxLhZAGk6ZU8-119" edge="1">
          <mxGeometry relative="1" as="geometry" />
        </mxCell>
        <mxCell id="ihofgC1JYxLhZAGk6ZU8-134" style="edgeStyle=orthogonalEdgeStyle;shape=connector;rounded=0;orthogonalLoop=1;jettySize=auto;html=1;strokeColor=default;align=center;verticalAlign=middle;fontFamily=Helvetica;fontSize=11;fontColor=default;labelBackgroundColor=default;endArrow=none;endFill=0;" parent="1" target="ihofgC1JYxLhZAGk6ZU8-11" edge="1">
          <mxGeometry relative="1" as="geometry">
            <Array as="points">
              <mxPoint x="990" y="260" />
            </Array>
            <mxPoint x="990.0344827586207" y="418.5" as="sourcePoint" />
            <mxPoint x="804" y="260" as="targetPoint" />
          </mxGeometry>
        </mxCell>
        <mxCell id="ihofgC1JYxLhZAGk6ZU8-139" value="" style="group" parent="1" connectable="0" vertex="1">
          <mxGeometry x="615" y="179" width="211" height="141" as="geometry" />
        </mxCell>
        <mxCell id="ihofgC1JYxLhZAGk6ZU8-97" value="" style="group" parent="ihofgC1JYxLhZAGk6ZU8-139" connectable="0" vertex="1">
          <mxGeometry width="185" height="141" as="geometry" />
        </mxCell>
        <mxCell id="ihofgC1JYxLhZAGk6ZU8-75" value="" style="group" parent="ihofgC1JYxLhZAGk6ZU8-97" connectable="0" vertex="1">
          <mxGeometry x="25" width="160" height="141" as="geometry" />
        </mxCell>
        <mxCell id="ihofgC1JYxLhZAGk6ZU8-11" value="User" style="swimlane;childLayout=stackLayout;horizontal=1;startSize=50;horizontalStack=0;rounded=1;fontSize=14;fontStyle=0;strokeWidth=2;resizeParent=0;resizeLast=1;shadow=0;dashed=0;align=center;arcSize=4;whiteSpace=wrap;html=1;" parent="ihofgC1JYxLhZAGk6ZU8-75" vertex="1">
          <mxGeometry y="21" width="160" height="120" as="geometry" />
        </mxCell>
        <mxCell id="ihofgC1JYxLhZAGk6ZU8-12" value="- login: String&lt;br&gt;- password: String&lt;div&gt;- person: Person&lt;br&gt;- roles: Set&amp;lt;Role&amp;gt;&lt;/div&gt;" style="align=left;strokeColor=none;fillColor=none;spacingLeft=4;spacingRight=4;fontSize=12;verticalAlign=top;resizable=0;rotatable=0;part=1;html=1;whiteSpace=wrap;" parent="ihofgC1JYxLhZAGk6ZU8-11" vertex="1">
          <mxGeometry y="50" width="160" height="70" as="geometry" />
        </mxCell>
        <mxCell id="ihofgC1JYxLhZAGk6ZU8-34" value="(1)" style="text;html=1;whiteSpace=wrap;strokeColor=none;fillColor=none;align=center;verticalAlign=middle;rounded=0;" parent="ihofgC1JYxLhZAGk6ZU8-75" vertex="1">
          <mxGeometry x="57" width="22" height="21" as="geometry" />
        </mxCell>
        <mxCell id="ihofgC1JYxLhZAGk6ZU8-95" value="(0,*)" style="text;html=1;whiteSpace=wrap;strokeColor=none;fillColor=none;align=center;verticalAlign=middle;rounded=0;" parent="ihofgC1JYxLhZAGk6ZU8-97" vertex="1">
          <mxGeometry y="57" width="22" height="21" as="geometry" />
        </mxCell>
        <mxCell id="ihofgC1JYxLhZAGk6ZU8-138" value="(1)" style="text;html=1;whiteSpace=wrap;strokeColor=none;fillColor=none;align=center;verticalAlign=middle;rounded=0;fontFamily=Helvetica;fontSize=11;fontColor=default;labelBackgroundColor=default;" parent="ihofgC1JYxLhZAGk6ZU8-139" vertex="1">
          <mxGeometry x="186" y="62" width="26" height="17" as="geometry" />
        </mxCell>
        <mxCell id="ihofgC1JYxLhZAGk6ZU8-143" value="" style="group" parent="1" connectable="0" vertex="1">
          <mxGeometry x="633.5" y="424" width="186.5" height="153" as="geometry" />
        </mxCell>
        <mxCell id="ihofgC1JYxLhZAGk6ZU8-130" value="Fine" style="swimlane;childLayout=stackLayout;horizontal=1;startSize=50;horizontalStack=0;rounded=1;fontSize=14;fontStyle=0;strokeWidth=2;resizeParent=0;resizeLast=1;shadow=0;dashed=0;align=center;arcSize=4;whiteSpace=wrap;html=1;fontFamily=Helvetica;fontColor=default;labelBackgroundColor=default;" parent="ihofgC1JYxLhZAGk6ZU8-143" vertex="1">
          <mxGeometry width="160" height="153" as="geometry" />
        </mxCell>
        <mxCell id="ihofgC1JYxLhZAGk6ZU8-131" value="&lt;div&gt;- amount: float&lt;/div&gt;&lt;div&gt;- reason: String&lt;/div&gt;&lt;div&gt;- issuedDate: LocalDate&lt;/div&gt;&lt;div&gt;- paidDate: LocalDate&lt;/div&gt;&lt;div&gt;- fineStatus: FineStatus&lt;/div&gt;&lt;div&gt;- loan: Loan&lt;/div&gt;" style="align=left;strokeColor=none;fillColor=none;spacingLeft=4;spacingRight=4;fontSize=12;verticalAlign=top;resizable=0;rotatable=0;part=1;html=1;whiteSpace=wrap;fontFamily=Helvetica;fontColor=default;labelBackgroundColor=default;" parent="ihofgC1JYxLhZAGk6ZU8-130" vertex="1">
          <mxGeometry y="50" width="160" height="103" as="geometry" />
        </mxCell>
        <mxCell id="ihofgC1JYxLhZAGk6ZU8-142" value="(0,1)" style="text;html=1;whiteSpace=wrap;strokeColor=none;fillColor=none;align=center;verticalAlign=middle;rounded=0;fontFamily=Helvetica;fontSize=11;fontColor=default;labelBackgroundColor=default;" parent="ihofgC1JYxLhZAGk6ZU8-143" vertex="1">
          <mxGeometry x="160.5" y="54.825" width="26" height="21.675000000000004" as="geometry" />
        </mxCell>
        <mxCell id="ihofgC1JYxLhZAGk6ZU8-144" value="" style="group" parent="1" connectable="0" vertex="1">
          <mxGeometry x="880" y="401.5" width="212" height="180" as="geometry" />
        </mxCell>
        <mxCell id="ihofgC1JYxLhZAGk6ZU8-137" value="" style="group" parent="ihofgC1JYxLhZAGk6ZU8-144" connectable="0" vertex="1">
          <mxGeometry x="26" width="186" height="180" as="geometry" />
        </mxCell>
        <mxCell id="ihofgC1JYxLhZAGk6ZU8-125" value="" style="group" parent="ihofgC1JYxLhZAGk6ZU8-137" connectable="0" vertex="1">
          <mxGeometry y="17" width="186" height="163" as="geometry" />
        </mxCell>
        <mxCell id="ihofgC1JYxLhZAGk6ZU8-119" value="Loan" style="swimlane;childLayout=stackLayout;horizontal=1;startSize=50;horizontalStack=0;rounded=1;fontSize=14;fontStyle=0;strokeWidth=2;resizeParent=0;resizeLast=1;shadow=0;dashed=0;align=center;arcSize=4;whiteSpace=wrap;html=1;fontFamily=Helvetica;fontColor=default;labelBackgroundColor=default;" parent="ihofgC1JYxLhZAGk6ZU8-125" vertex="1">
          <mxGeometry width="160" height="163" as="geometry" />
        </mxCell>
        <mxCell id="ihofgC1JYxLhZAGk6ZU8-120" value="- loanDate: Date&lt;br&gt;- dueDate: Date&lt;br&gt;- returnDate: Date&lt;br&gt;- status: LoanStatus&lt;div&gt;- user: User&lt;br&gt;- copy: Copy&lt;/div&gt;" style="align=left;strokeColor=none;fillColor=none;spacingLeft=4;spacingRight=4;fontSize=12;verticalAlign=top;resizable=0;rotatable=0;part=1;html=1;whiteSpace=wrap;fontFamily=Helvetica;fontColor=default;labelBackgroundColor=default;" parent="ihofgC1JYxLhZAGk6ZU8-119" vertex="1">
          <mxGeometry y="50" width="160" height="113" as="geometry" />
        </mxCell>
        <mxCell id="ihofgC1JYxLhZAGk6ZU8-123" value="(0,*)" style="text;html=1;whiteSpace=wrap;strokeColor=none;fillColor=none;align=center;verticalAlign=middle;rounded=0;fontFamily=Helvetica;fontSize=11;fontColor=default;labelBackgroundColor=default;" parent="ihofgC1JYxLhZAGk6ZU8-125" vertex="1">
          <mxGeometry x="160" y="63.5" width="26" height="17" as="geometry" />
        </mxCell>
        <mxCell id="ihofgC1JYxLhZAGk6ZU8-136" value="(0,*)" style="text;html=1;whiteSpace=wrap;strokeColor=none;fillColor=none;align=center;verticalAlign=middle;rounded=0;fontFamily=Helvetica;fontSize=11;fontColor=default;labelBackgroundColor=default;" parent="ihofgC1JYxLhZAGk6ZU8-137" vertex="1">
          <mxGeometry x="86" width="26" height="17" as="geometry" />
        </mxCell>
        <mxCell id="ihofgC1JYxLhZAGk6ZU8-141" value="(1)" style="text;html=1;whiteSpace=wrap;strokeColor=none;fillColor=none;align=center;verticalAlign=middle;rounded=0;fontFamily=Helvetica;fontSize=11;fontColor=default;labelBackgroundColor=default;" parent="ihofgC1JYxLhZAGk6ZU8-144" vertex="1">
          <mxGeometry y="81.5" width="26" height="17" as="geometry" />
        </mxCell>
        <mxCell id="z7Z_zOBE9pSBhl9Xwkvs-1" value="&lt;div&gt;&amp;lt;&amp;lt;enum&amp;gt;&amp;gt;&lt;/div&gt;FineStatus" style="swimlane;childLayout=stackLayout;horizontal=1;startSize=50;horizontalStack=0;rounded=1;fontSize=14;fontStyle=0;strokeWidth=2;resizeParent=0;resizeLast=1;shadow=0;dashed=0;align=center;arcSize=4;whiteSpace=wrap;html=1;fontFamily=Helvetica;fontColor=default;labelBackgroundColor=default;" parent="1" vertex="1">
          <mxGeometry x="1654" y="287" width="160" height="123" as="geometry" />
        </mxCell>
        <mxCell id="z7Z_zOBE9pSBhl9Xwkvs-2" value="&lt;div&gt;- PENDING: String&lt;span&gt;&lt;/span&gt;&lt;/div&gt;&lt;span&gt;-&amp;nbsp;PAID: String&lt;/span&gt;&lt;div&gt;&lt;span&gt;- CANCELLED: String&lt;/span&gt;&lt;/div&gt;" style="align=left;strokeColor=none;fillColor=none;spacingLeft=4;spacingRight=4;fontSize=12;verticalAlign=top;resizable=0;rotatable=0;part=1;html=1;whiteSpace=wrap;fontFamily=Helvetica;fontColor=default;labelBackgroundColor=default;" parent="z7Z_zOBE9pSBhl9Xwkvs-1" vertex="1">
          <mxGeometry y="50" width="160" height="73" as="geometry" />
        </mxCell>
        <mxCell id="ihofgC1JYxLhZAGk6ZU8-77" value="(1)" style="text;html=1;whiteSpace=wrap;strokeColor=none;fillColor=none;align=center;verticalAlign=middle;rounded=0;" parent="1" vertex="1">
          <mxGeometry x="1492" y="91" width="22" height="21" as="geometry" />
        </mxCell>
        <mxCell id="ihofgC1JYxLhZAGk6ZU8-32" value="(1)" style="text;html=1;whiteSpace=wrap;strokeColor=none;fillColor=none;align=center;verticalAlign=middle;rounded=0;" parent="1" vertex="1">
          <mxGeometry x="699" y="129" width="22" height="21" as="geometry" />
        </mxCell>
      </root>
    </mxGraphModel>
  </diagram>
</mxfile>
